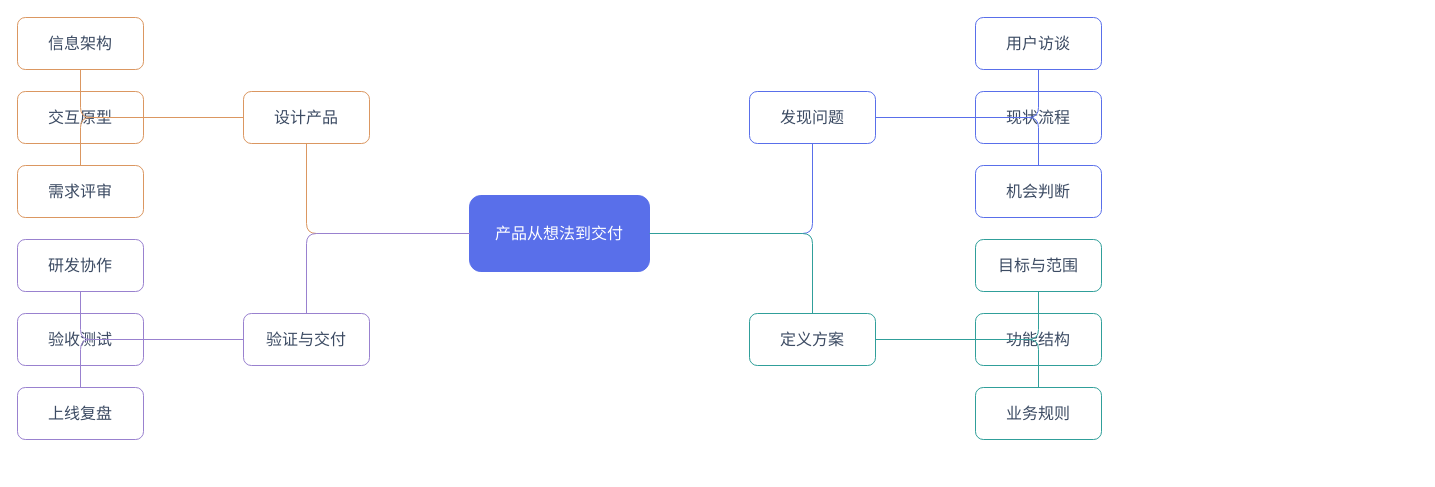
Earlier version of the draw.io diagram examples/mindmap.drawio (beidaomitu233/FlyMind). Source tidied: cells renumbered, new cells numbered last; positions are measured from the earlier drawing's top-left corner, leaving out a move shared by most shapes. Both pictures are drawn from the tidied source at 100%, with x=0, y=0 at pixel (17, 17).
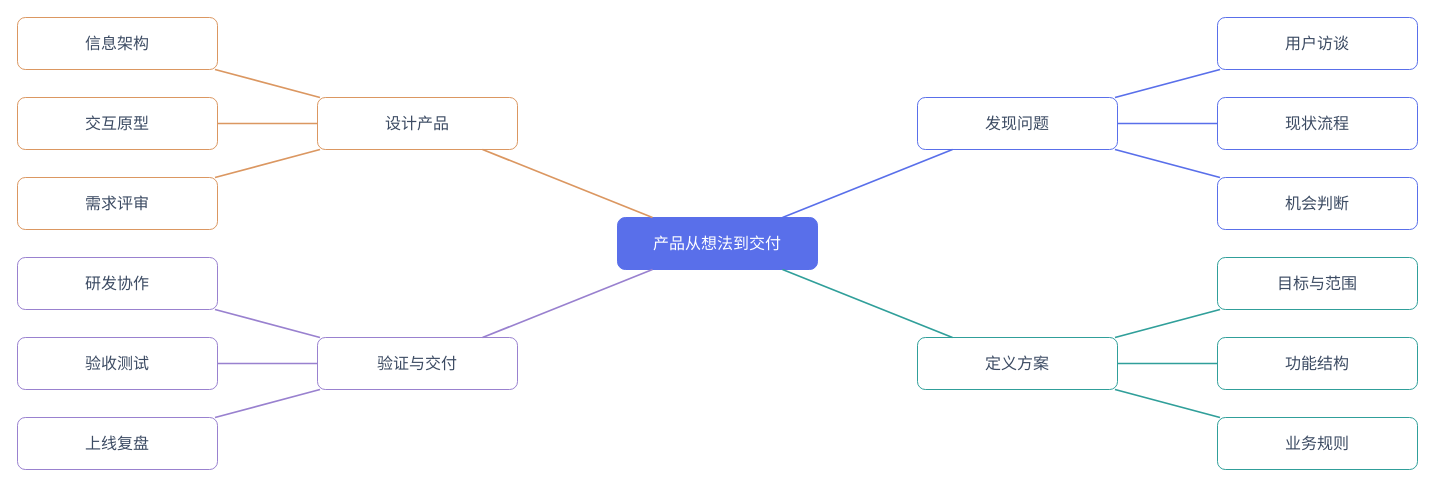
The same diagram, later.

Diff of the diagram source:
```diff
@@
     <mxCell id="2" value="产品从想法到交付" style="rounded=1;whiteSpace=wrap;html=0;fillColor=#596fea;strokeColor=#596fea;fontColor=#fff;fontSize=16;" parent="1" vertex="1">
-      <mxGeometry x="452" y="178" width="180" height="76" as="geometry" />
+      <mxGeometry x="600" y="200" width="200" height="52" as="geometry" />
     </mxCell>
     <mxCell id="3" value="发现问题" style="rounded=1;whiteSpace=wrap;html=0;fillColor=#fff;strokeColor=#596fea;fontColor=#3c4b63;fontSize=16;" parent="1" vertex="1">
-      <mxGeometry x="732" y="74" width="126" height="52" as="geometry" />
+      <mxGeometry x="900" y="80" width="200" height="52" as="geometry" />
     </mxCell>
     <mxCell id="4" value="用户访谈" style="rounded=1;whiteSpace=wrap;html=0;fillColor=#fff;strokeColor=#596fea;fontColor=#3c4b63;fontSize=16;" parent="1" vertex="1">
-      <mxGeometry x="958" width="126" height="52" as="geometry" />
+      <mxGeometry x="1200" width="200" height="52" as="geometry" />
     </mxCell>
     <mxCell id="5" value="现状流程" style="rounded=1;whiteSpace=wrap;html=0;fillColor=#fff;strokeColor=#596fea;fontColor=#3c4b63;fontSize=16;" parent="1" vertex="1">
-      <mxGeometry x="958" y="74" width="126" height="52" as="geometry" />
+      <mxGeometry x="1200" y="80" width="200" height="52" as="geometry" />
     </mxCell>
     <mxCell id="6" value="机会判断" style="rounded=1;whiteSpace=wrap;html=0;fillColor=#fff;strokeColor=#596fea;fontColor=#3c4b63;fontSize=16;" parent="1" vertex="1">
-      <mxGeometry x="958" y="148" width="126" height="52" as="geometry" />
+      <mxGeometry x="1200" y="160" width="200" height="52" as="geometry" />
     </mxCell>
     <mxCell id="7" value="定义方案" style="rounded=1;whiteSpace=wrap;html=0;fillColor=#fff;strokeColor=#309f9a;fontColor=#3c4b63;fontSize=16;" parent="1" vertex="1">
-      <mxGeometry x="732" y="296" width="126" height="52" as="geometry" />
+      <mxGeometry x="900" y="320" width="200" height="52" as="geometry" />
     </mxCell>
     <mxCell id="8" value="目标与范围" style="rounded=1;whiteSpace=wrap;html=0;fillColor=#fff;strokeColor=#309f9a;fontColor=#3c4b63;fontSize=16;" parent="1" vertex="1">
-      <mxGeometry x="958" y="222" width="126" height="52" as="geometry" />
+      <mxGeometry x="1200" y="240" width="200" height="52" as="geometry" />
     </mxCell>
     <mxCell id="9" value="功能结构" style="rounded=1;whiteSpace=wrap;html=0;fillColor=#fff;strokeColor=#309f9a;fontColor=#3c4b63;fontSize=16;" parent="1" vertex="1">
-      <mxGeometry x="958" y="296" width="126" height="52" as="geometry" />
+      <mxGeometry x="1200" y="320" width="200" height="52" as="geometry" />
     </mxCell>
     <mxCell id="10" value="业务规则" style="rounded=1;whiteSpace=wrap;html=0;fillColor=#fff;strokeColor=#309f9a;fontColor=#3c4b63;fontSize=16;" parent="1" vertex="1">
-      <mxGeometry x="958" y="370" width="126" height="52" as="geometry" />
+      <mxGeometry x="1200" y="400" width="200" height="52" as="geometry" />
     </mxCell>
     <mxCell id="11" value="设计产品" style="rounded=1;whiteSpace=wrap;html=0;fillColor=#fff;strokeColor=#db9761;fontColor=#3c4b63;fontSize=16;" parent="1" vertex="1">
-      <mxGeometry x="226" y="74" width="126" height="52" as="geometry" />
+      <mxGeometry x="300" y="80" width="200" height="52" as="geometry" />
     </mxCell>
     <mxCell id="12" value="信息架构" style="rounded=1;whiteSpace=wrap;html=0;fillColor=#fff;strokeColor=#db9761;fontColor=#3c4b63;fontSize=16;" parent="1" vertex="1">
-      <mxGeometry width="126" height="52" as="geometry" />
+      <mxGeometry width="200" height="52" as="geometry" />
     </mxCell>
     <mxCell id="13" value="交互原型" style="rounded=1;whiteSpace=wrap;html=0;fillColor=#fff;strokeColor=#db9761;fontColor=#3c4b63;fontSize=16;" parent="1" vertex="1">
-      <mxGeometry y="74" width="126" height="52" as="geometry" />
+      <mxGeometry y="80" width="200" height="52" as="geometry" />
     </mxCell>
     <mxCell id="14" value="需求评审" style="rounded=1;whiteSpace=wrap;html=0;fillColor=#fff;strokeColor=#db9761;fontColor=#3c4b63;fontSize=16;" parent="1" vertex="1">
-      <mxGeometry y="148" width="126" height="52" as="geometry" />
+      <mxGeometry y="160" width="200" height="52" as="geometry" />
     </mxCell>
     <mxCell id="15" value="验证与交付" style="rounded=1;whiteSpace=wrap;html=0;fillColor=#fff;strokeColor=#9981cf;fontColor=#3c4b63;fontSize=16;" parent="1" vertex="1">
-      <mxGeometry x="226" y="296" width="126" height="52" as="geometry" />
+      <mxGeometry x="300" y="320" width="200" height="52" as="geometry" />
     </mxCell>
     <mxCell id="16" value="研发协作" style="rounded=1;whiteSpace=wrap;html=0;fillColor=#fff;strokeColor=#9981cf;fontColor=#3c4b63;fontSize=16;" parent="1" vertex="1">
-      <mxGeometry y="222" width="126" height="52" as="geometry" />
+      <mxGeometry y="240" width="200" height="52" as="geometry" />
     </mxCell>
     <mxCell id="17" value="验收测试" style="rounded=1;whiteSpace=wrap;html=0;fillColor=#fff;strokeColor=#9981cf;fontColor=#3c4b63;fontSize=16;" parent="1" vertex="1">
-      <mxGeometry y="296" width="126" height="52" as="geometry" />
+      <mxGeometry y="320" width="200" height="52" as="geometry" />
     </mxCell>
     <mxCell id="18" value="上线复盘" style="rounded=1;whiteSpace=wrap;html=0;fillColor=#fff;strokeColor=#9981cf;fontColor=#3c4b63;fontSize=16;" parent="1" vertex="1">
-      <mxGeometry y="370" width="126" height="52" as="geometry" />
+      <mxGeometry y="400" width="200" height="52" as="geometry" />
     </mxCell>
-    <mxCell id="19" style="edgeStyle=orthogonalEdgeStyle;rounded=1;html=0;endArrow=none;strokeColor=#596fea;dashed=0;" parent="1" edge="1" source="2" target="3">
+    <mxCell id="19" style="curved=1;rounded=1;html=0;endArrow=none;startArrow=none;strokeWidth=1.7;strokeColor=#596fea;dashed=0;" parent="1" edge="1" source="2" target="3">
       <mxGeometry relative="1" as="geometry" />
     </mxCell>
-    <mxCell id="20" style="edgeStyle=orthogonalEdgeStyle;rounded=1;html=0;endArrow=none;strokeColor=#596fea;dashed=0;" parent="1" edge="1" source="3" target="4">
+    <mxCell id="20" style="curved=1;rounded=1;html=0;endArrow=none;startArrow=none;strokeWidth=1.7;strokeColor=#596fea;dashed=0;" parent="1" edge="1" source="3" target="4">
       <mxGeometry relative="1" as="geometry" />
     </mxCell>
-    <mxCell id="21" style="edgeStyle=orthogonalEdgeStyle;rounded=1;html=0;endArrow=none;strokeColor=#596fea;dashed=0;" parent="1" edge="1" source="3" target="5">
+    <mxCell id="21" style="curved=1;rounded=1;html=0;endArrow=none;startArrow=none;strokeWidth=1.7;strokeColor=#596fea;dashed=0;" parent="1" edge="1" source="3" target="5">
       <mxGeometry relative="1" as="geometry" />
     </mxCell>
-    <mxCell id="22" style="edgeStyle=orthogonalEdgeStyle;rounded=1;html=0;endArrow=none;strokeColor=#596fea;dashed=0;" parent="1" edge="1" source="3" target="6">
+    <mxCell id="22" style="curved=1;rounded=1;html=0;endArrow=none;startArrow=none;strokeWidth=1.7;strokeColor=#596fea;dashed=0;" parent="1" edge="1" source="3" target="6">
       <mxGeometry relative="1" as="geometry" />
     </mxCell>
-    <mxCell id="23" style="edgeStyle=orthogonalEdgeStyle;rounded=1;html=0;endArrow=none;strokeColor=#309f9a;dashed=0;" parent="1" edge="1" source="2" target="7">
+    <mxCell id="23" style="curved=1;rounded=1;html=0;endArrow=none;startArrow=none;strokeWidth=1.7;strokeColor=#309f9a;dashed=0;" parent="1" edge="1" source="2" target="7">
       <mxGeometry relative="1" as="geometry" />
     </mxCell>
-    <mxCell id="24" style="edgeStyle=orthogonalEdgeStyle;rounded=1;html=0;endArrow=none;strokeColor=#309f9a;dashed=0;" parent="1" edge="1" source="7" target="8">
+    <mxCell id="24" style="curved=1;rounded=1;html=0;endArrow=none;startArrow=none;strokeWidth=1.7;strokeColor=#309f9a;dashed=0;" parent="1" edge="1" source="7" target="8">
       <mxGeometry relative="1" as="geometry" />
     </mxCell>
-    <mxCell id="25" style="edgeStyle=orthogonalEdgeStyle;rounded=1;html=0;endArrow=none;strokeColor=#309f9a;dashed=0;" parent="1" edge="1" source="7" target="9">
+    <mxCell id="25" style="curved=1;rounded=1;html=0;endArrow=none;startArrow=none;strokeWidth=1.7;strokeColor=#309f9a;dashed=0;" parent="1" edge="1" source="7" target="9">
       <mxGeometry relative="1" as="geometry" />
     </mxCell>
-    <mxCell id="26" style="edgeStyle=orthogonalEdgeStyle;rounded=1;html=0;endArrow=none;strokeColor=#309f9a;dashed=0;" parent="1" edge="1" source="7" target="10">
+    <mxCell id="26" style="curved=1;rounded=1;html=0;endArrow=none;startArrow=none;strokeWidth=1.7;strokeColor=#309f9a;dashed=0;" parent="1" edge="1" source="7" target="10">
       <mxGeometry relative="1" as="geometry" />
     </mxCell>
-    <mxCell id="27" style="edgeStyle=orthogonalEdgeStyle;rounded=1;html=0;endArrow=none;strokeColor=#db9761;dashed=0;" parent="1" edge="1" source="2" target="11">
+    <mxCell id="27" style="curved=1;rounded=1;html=0;endArrow=none;startArrow=none;strokeWidth=1.7;strokeColor=#db9761;dashed=0;" parent="1" edge="1" source="2" target="11">
       <mxGeometry relative="1" as="geometry" />
     </mxCell>
-    <mxCell id="28" style="edgeStyle=orthogonalEdgeStyle;rounded=1;html=0;endArrow=none;strokeColor=#db9761;dashed=0;" parent="1" edge="1" source="11" target="12">
+    <mxCell id="28" style="curved=1;rounded=1;html=0;endArrow=none;startArrow=none;strokeWidth=1.7;strokeColor=#db9761;dashed=0;" parent="1" edge="1" source="11" target="12">
       <mxGeometry relative="1" as="geometry" />
     </mxCell>
-    <mxCell id="29" style="edgeStyle=orthogonalEdgeStyle;rounded=1;html=0;endArrow=none;strokeColor=#db9761;dashed=0;" parent="1" edge="1" source="11" target="13">
+    <mxCell id="29" style="curved=1;rounded=1;html=0;endArrow=none;startArrow=none;strokeWidth=1.7;strokeColor=#db9761;dashed=0;" parent="1" edge="1" source="11" target="13">
       <mxGeometry relative="1" as="geometry" />
     </mxCell>
-    <mxCell id="30" style="edgeStyle=orthogonalEdgeStyle;rounded=1;html=0;endArrow=none;strokeColor=#db9761;dashed=0;" parent="1" edge="1" source="11" target="14">
+    <mxCell id="30" style="curved=1;rounded=1;html=0;endArrow=none;startArrow=none;strokeWidth=1.7;strokeColor=#db9761;dashed=0;" parent="1" edge="1" source="11" target="14">
       <mxGeometry relative="1" as="geometry" />
     </mxCell>
-    <mxCell id="31" style="edgeStyle=orthogonalEdgeStyle;rounded=1;html=0;endArrow=none;strokeColor=#9981cf;dashed=0;" parent="1" edge="1" source="2" target="15">
+    <mxCell id="31" style="curved=1;rounded=1;html=0;endArrow=none;startArrow=none;strokeWidth=1.7;strokeColor=#9981cf;dashed=0;" parent="1" edge="1" source="2" target="15">
       <mxGeometry relative="1" as="geometry" />
     </mxCell>
-    <mxCell id="32" style="edgeStyle=orthogonalEdgeStyle;rounded=1;html=0;endArrow=none;strokeColor=#9981cf;dashed=0;" parent="1" edge="1" source="15" target="16">
+    <mxCell id="32" style="curved=1;rounded=1;html=0;endArrow=none;startArrow=none;strokeWidth=1.7;strokeColor=#9981cf;dashed=0;" parent="1" edge="1" source="15" target="16">
       <mxGeometry relative="1" as="geometry" />
     </mxCell>
-    <mxCell id="33" style="edgeStyle=orthogonalEdgeStyle;rounded=1;html=0;endArrow=none;strokeColor=#9981cf;dashed=0;" parent="1" edge="1" source="15" target="17">
+    <mxCell id="33" style="curved=1;rounded=1;html=0;endArrow=none;startArrow=none;strokeWidth=1.7;strokeColor=#9981cf;dashed=0;" parent="1" edge="1" source="15" target="17">
       <mxGeometry relative="1" as="geometry" />
     </mxCell>
-    <mxCell id="34" style="edgeStyle=orthogonalEdgeStyle;rounded=1;html=0;endArrow=none;strokeColor=#9981cf;dashed=0;" parent="1" edge="1" source="15" target="18">
+    <mxCell id="34" style="curved=1;rounded=1;html=0;endArrow=none;startArrow=none;strokeWidth=1.7;strokeColor=#9981cf;dashed=0;" parent="1" edge="1" source="15" target="18">
       <mxGeometry relative="1" as="geometry" />
     </mxCell>
```
